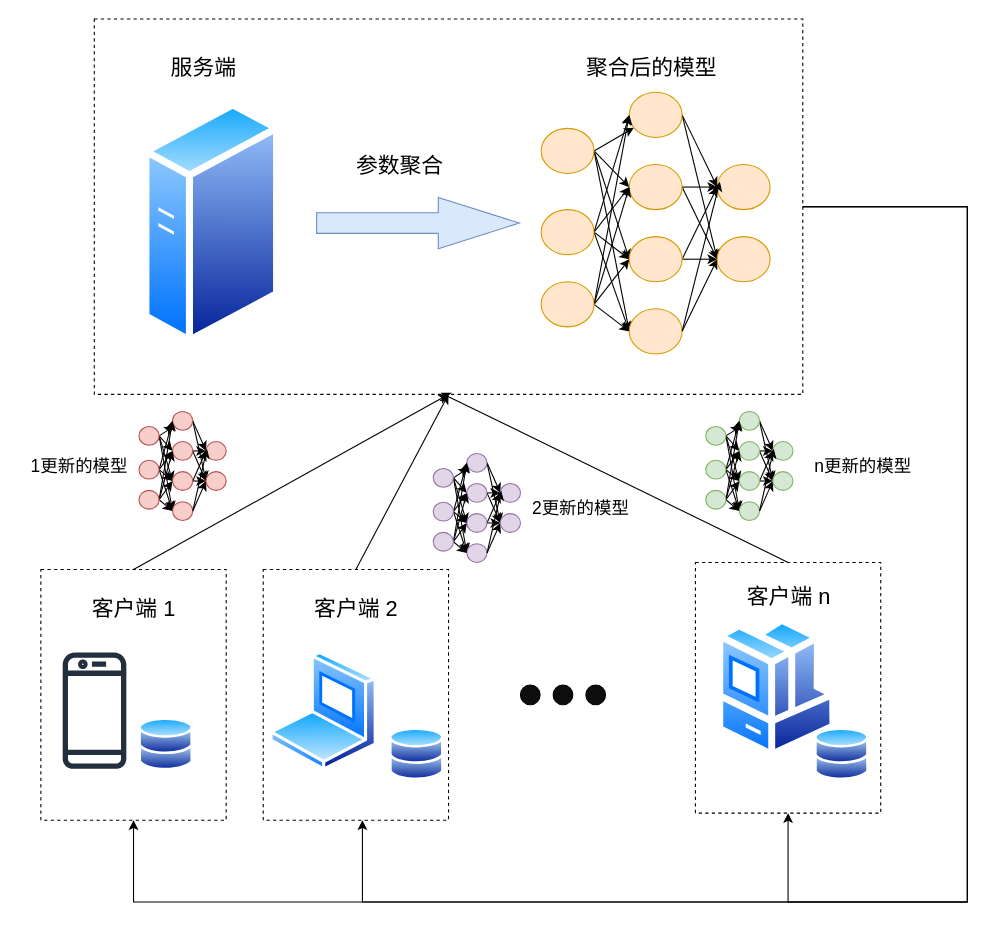
This is 联邦学习结构图.drawio from XiaoWenZz/draw-io, a draw.io file, before an edit. Source tidied: cells renumbered, new cells numbered last; positions are measured from the earlier drawing's top-left corner, leaving out a move shared by most shapes. Both pictures are drawn from the tidied source at 109%, with x=0, y=0 at pixel (19, 19).
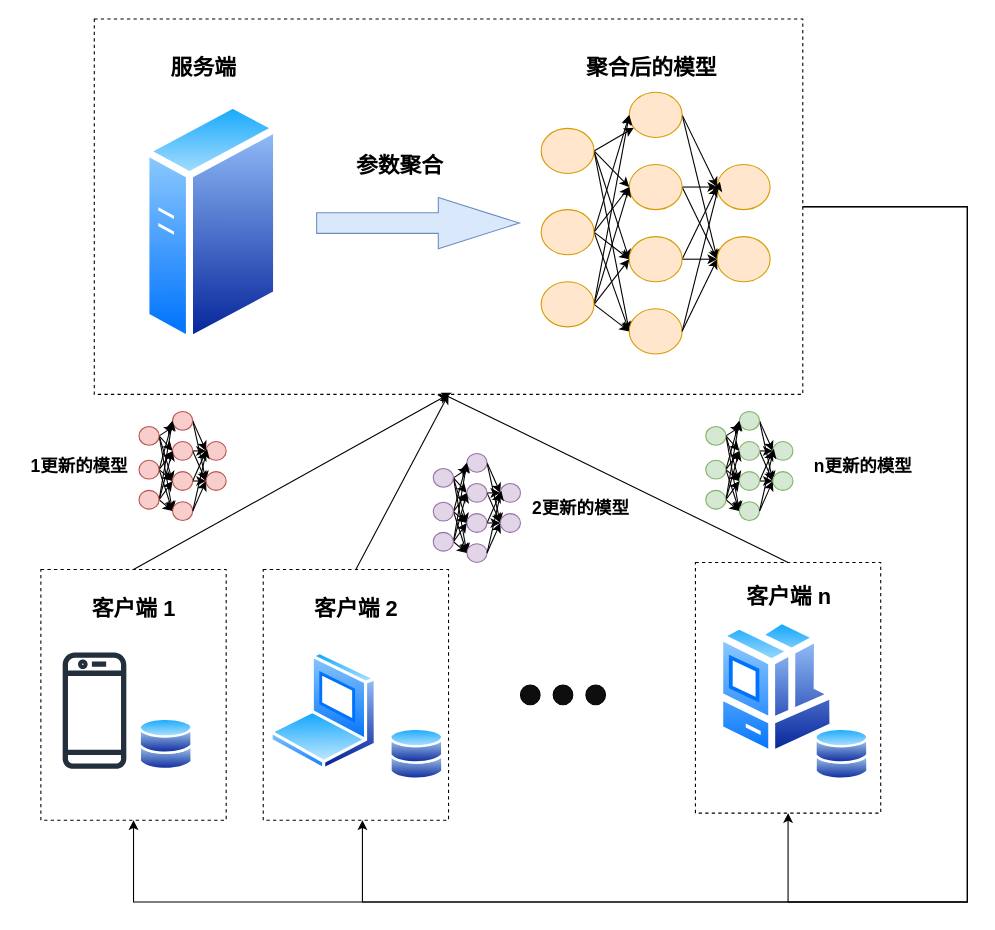
The same diagram, later.

Commit message:
更新联邦学习结构图.drawio

The change refers to these unchanged cells:
```xml
<mxCell id="11" style="group;" parent="1" vertex="1">
  <mxGeometry x="69" width="650" height="344.3" as="geometry" />
</mxCell>
<mxCell id="13" style="group;" parent="11" vertex="1">
  <mxGeometry x="44.6" y="24.3" width="575.4" height="282.9" as="geometry" />
</mxCell>
```

Change to the diagram source:
```diff
@@
-    <mxCell id="45" value="&lt;font style=&quot;font-size: 20px;&quot;&gt;服务端&lt;/font&gt;" style="text;html=1;align=center;verticalAlign=middle;strokeColor=none;fillColor=none;fontFamily=Helvetica;fontSize=11;fontColor=default;labelBackgroundColor=default;" parent="13" vertex="1">
+    <mxCell id="45" value="&lt;font style=&quot;font-size: 20px;&quot;&gt;&lt;b&gt;服务端&lt;/b&gt;&lt;/font&gt;" style="text;html=1;align=center;verticalAlign=middle;strokeColor=none;fillColor=none;fontFamily=Helvetica;fontSize=11;fontColor=default;labelBackgroundColor=default;" parent="13" vertex="1">
       <mxGeometry x="15.4" width="80" height="40" as="geometry" />
     </mxCell>
@@
-    <mxCell id="47" value="&lt;font style=&quot;font-size: 20px;&quot;&gt;参数聚合&lt;/font&gt;" style="text;html=1;align=center;verticalAlign=middle;strokeColor=none;fillColor=none;fontFamily=Helvetica;fontSize=11;fontColor=default;labelBackgroundColor=default;" parent="13" vertex="1">
+    <mxCell id="47" value="&lt;font style=&quot;font-size: 20px;&quot;&gt;&lt;b&gt;参数聚合&lt;/b&gt;&lt;/font&gt;" style="text;html=1;align=center;verticalAlign=middle;strokeColor=none;fillColor=none;fontFamily=Helvetica;fontSize=11;fontColor=default;labelBackgroundColor=default;" parent="13" vertex="1">
       <mxGeometry x="185.4" y="90" width="100" height="40" as="geometry" />
     </mxCell>
-    <mxCell id="48" value="&lt;font style=&quot;font-size: 20px;&quot;&gt;聚合后的模型&lt;/font&gt;" style="text;html=1;align=center;verticalAlign=middle;strokeColor=none;fillColor=none;fontFamily=Helvetica;fontSize=11;fontColor=default;labelBackgroundColor=default;" parent="11" vertex="1">
+    <mxCell id="48" value="&lt;font style=&quot;font-size: 20px;&quot;&gt;&lt;b&gt;聚合后的模型&lt;/b&gt;&lt;/font&gt;" style="text;html=1;align=center;verticalAlign=middle;strokeColor=none;fillColor=none;fontFamily=Helvetica;fontSize=11;fontColor=default;labelBackgroundColor=default;" parent="11" vertex="1">
       <mxGeometry x="441" y="24.3" width="140" height="40" as="geometry" />
     </mxCell>
@@
-    <mxCell id="58" value="&lt;font style=&quot;font-size: 20px;&quot;&gt;客户端 1&lt;/font&gt;" style="text;html=1;align=center;verticalAlign=middle;strokeColor=none;fillColor=none;fontFamily=Helvetica;fontSize=11;fontColor=default;labelBackgroundColor=default;" parent="1" vertex="1">
+    <mxCell id="58" value="&lt;font style=&quot;font-size: 20px;&quot;&gt;&lt;b&gt;客户端 1&lt;/b&gt;&lt;/font&gt;" style="text;html=1;align=center;verticalAlign=middle;strokeColor=none;fillColor=none;fontFamily=Helvetica;fontSize=11;fontColor=default;labelBackgroundColor=default;" parent="1" vertex="1">
       <mxGeometry x="55" y="520" width="100" height="40" as="geometry" />
     </mxCell>
-    <mxCell id="59" value="&lt;font style=&quot;font-size: 20px;&quot;&gt;客户端 2&lt;/font&gt;" style="text;html=1;align=center;verticalAlign=middle;strokeColor=none;fillColor=none;fontFamily=Helvetica;fontSize=11;fontColor=default;labelBackgroundColor=default;" parent="1" vertex="1">
+    <mxCell id="59" value="&lt;font style=&quot;font-size: 20px;&quot;&gt;&lt;b&gt;客户端 2&lt;/b&gt;&lt;/font&gt;" style="text;html=1;align=center;verticalAlign=middle;strokeColor=none;fillColor=none;fontFamily=Helvetica;fontSize=11;fontColor=default;labelBackgroundColor=default;" parent="1" vertex="1">
       <mxGeometry x="259" y="520" width="100" height="40" as="geometry" />
     </mxCell>
-    <mxCell id="60" value="&lt;font style=&quot;font-size: 20px;&quot;&gt;客户端 n&lt;/font&gt;" style="text;html=1;align=center;verticalAlign=middle;strokeColor=none;fillColor=none;fontFamily=Helvetica;fontSize=11;fontColor=default;labelBackgroundColor=default;" parent="1" vertex="1">
+    <mxCell id="60" value="&lt;font style=&quot;font-size: 20px;&quot;&gt;&lt;b&gt;客户端 n&lt;/b&gt;&lt;/font&gt;" style="text;html=1;align=center;verticalAlign=middle;strokeColor=none;fillColor=none;fontFamily=Helvetica;fontSize=11;fontColor=default;labelBackgroundColor=default;" parent="1" vertex="1">
       <mxGeometry x="655.5" y="508.5" width="100" height="40" as="geometry" />
     </mxCell>
@@
-    <mxCell id="152" value="&lt;font style=&quot;font-size: 16px;&quot;&gt;1更新的模型&lt;/font&gt;" style="text;html=1;align=center;verticalAlign=middle;strokeColor=none;fillColor=none;fontFamily=Helvetica;fontSize=11;fontColor=default;labelBackgroundColor=default;" parent="1" vertex="1">
+    <mxCell id="152" value="&lt;font style=&quot;font-size: 16px;&quot;&gt;&lt;b&gt;1更新的模型&lt;/b&gt;&lt;/font&gt;" style="text;html=1;align=center;verticalAlign=middle;strokeColor=none;fillColor=none;fontFamily=Helvetica;fontSize=11;fontColor=default;labelBackgroundColor=default;" parent="1" vertex="1">
       <mxGeometry y="395" width="110" height="30" as="geometry" />
     </mxCell>
-    <mxCell id="153" value="&lt;font style=&quot;font-size: 16px;&quot;&gt;2更新的模型&lt;/font&gt;" style="text;html=1;align=center;verticalAlign=middle;strokeColor=none;fillColor=none;fontFamily=Helvetica;fontSize=11;fontColor=default;labelBackgroundColor=default;" parent="1" vertex="1">
+    <mxCell id="153" value="&lt;font style=&quot;font-size: 16px;&quot;&gt;&lt;b&gt;2更新的模型&lt;/b&gt;&lt;/font&gt;" style="text;html=1;align=center;verticalAlign=middle;strokeColor=none;fillColor=none;fontFamily=Helvetica;fontSize=11;fontColor=default;labelBackgroundColor=default;" parent="1" vertex="1">
       <mxGeometry x="460" y="433.5" width="110" height="30" as="geometry" />
     </mxCell>
-    <mxCell id="154" value="&lt;font style=&quot;font-size: 16px;&quot;&gt;n更新的模型&lt;/font&gt;" style="text;html=1;align=center;verticalAlign=middle;strokeColor=none;fillColor=none;fontFamily=Helvetica;fontSize=11;fontColor=default;labelBackgroundColor=default;" parent="1" vertex="1">
+    <mxCell id="154" value="&lt;font style=&quot;font-size: 16px;&quot;&gt;&lt;b&gt;n更新的模型&lt;/b&gt;&lt;/font&gt;" style="text;html=1;align=center;verticalAlign=middle;strokeColor=none;fillColor=none;fontFamily=Helvetica;fontSize=11;fontColor=default;labelBackgroundColor=default;" parent="1" vertex="1">
       <mxGeometry x="719" y="395" width="110" height="30" as="geometry" />
     </mxCell>
```
